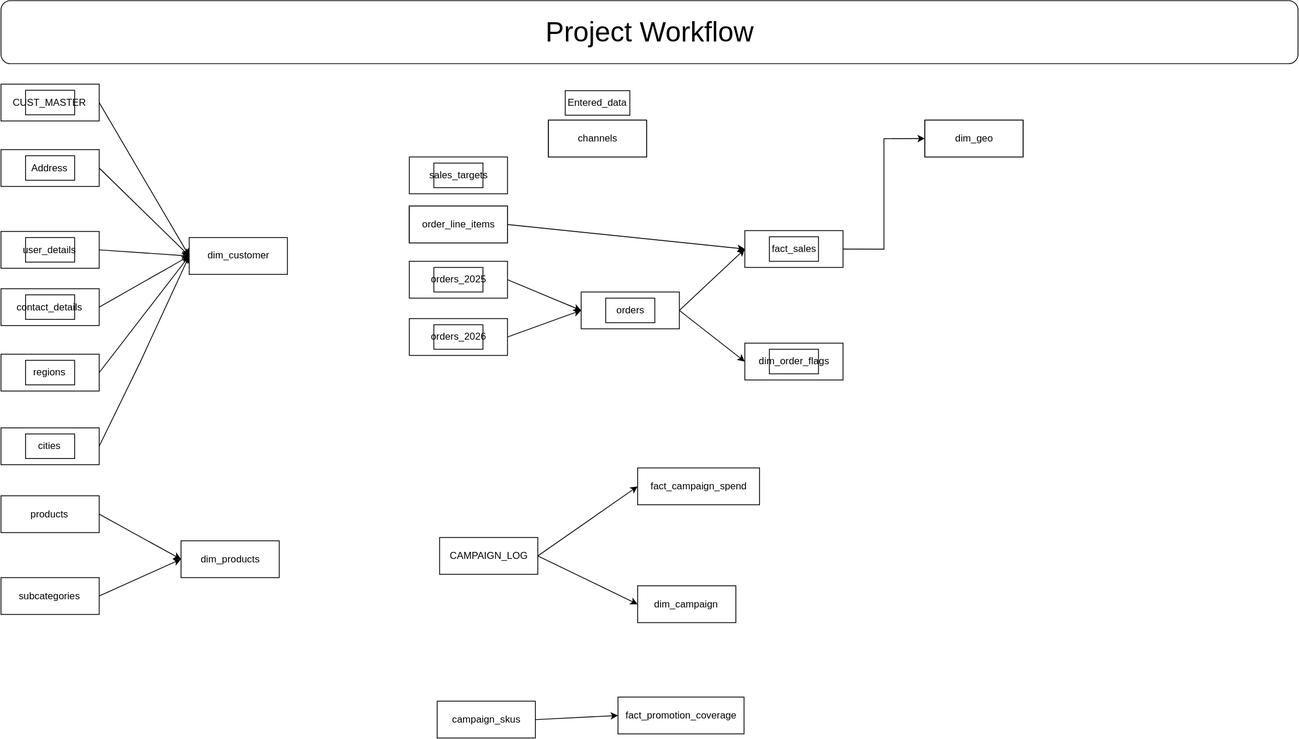
Before: docs/00_project_workflow.drawio.svg, a diagram exported from draw.io (asan-badhurudeen/powerbi-data-modeling-portfolio). Source tidied: cells renumbered, new cells last; positions are measured from the earlier drawing's top-left corner, leaving out a move shared by most shapes.
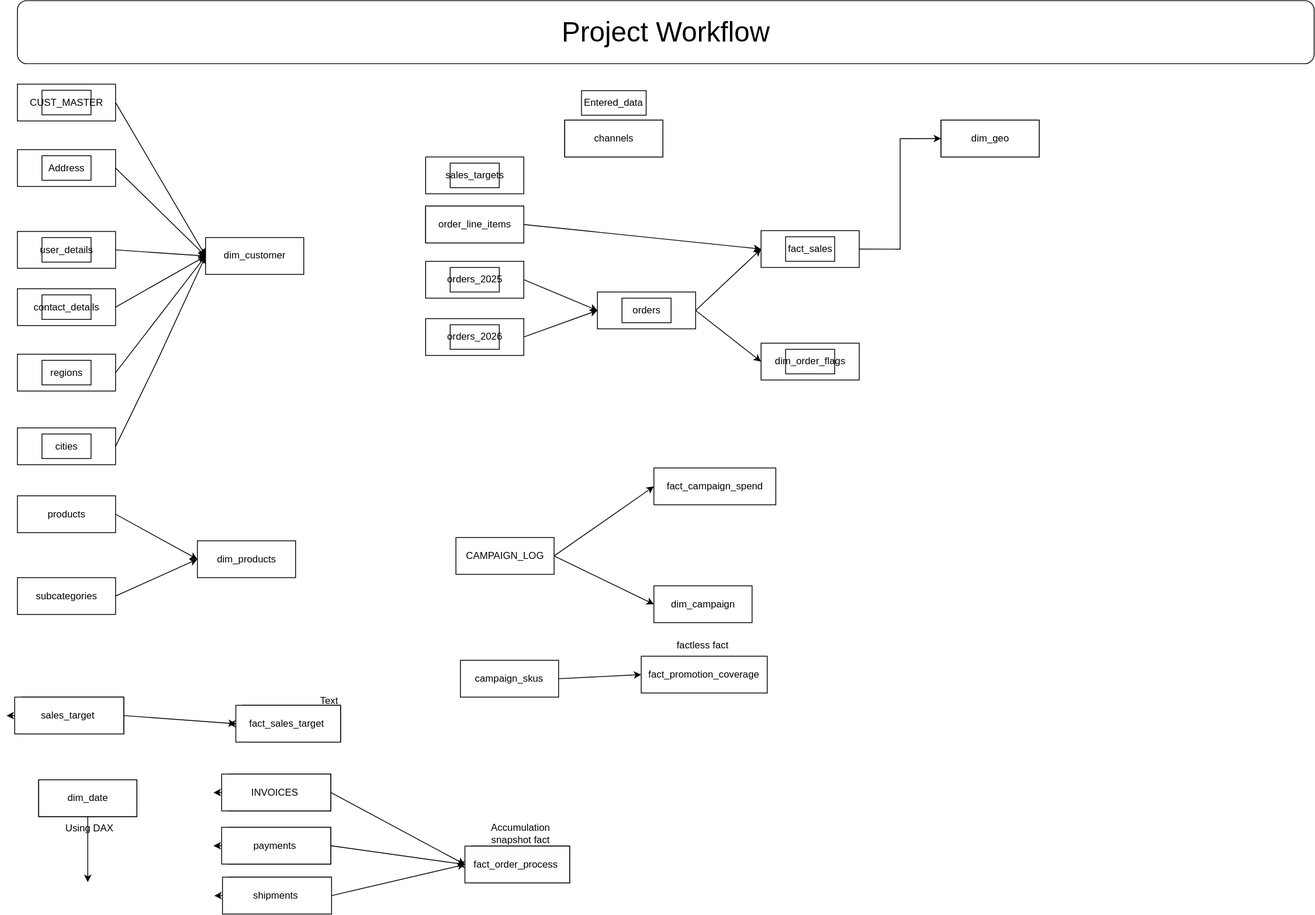
After the change.

Diff of the diagram source:
```diff
@@ -197,13 +197,135 @@
       <mxGeometry relative="1" as="geometry" />
     </mxCell>
     <mxCell id="64" value="campaign_skus" style="rounded=0;whiteSpace=wrap;html=1;" parent="1" vertex="1">
-      <mxGeometry x="533" y="856" width="120" height="45" as="geometry" />
+      <mxGeometry x="541.5" y="806" width="120" height="45" as="geometry" />
     </mxCell>
     <mxCell id="65" value="&lt;div&gt;fact_promotion_coverage&lt;/div&gt;" style="rounded=0;whiteSpace=wrap;html=1;" parent="1" vertex="1">
-      <mxGeometry x="754" y="851" width="154" height="45" as="geometry" />
+      <mxGeometry x="762.5" y="801" width="154" height="45" as="geometry" />
     </mxCell>
     <mxCell id="66" value="&lt;font style=&quot;font-size: 34px;&quot;&gt;Project Workflow&lt;/font&gt;" style="rounded=1;whiteSpace=wrap;html=1;strokeColor=light-dark(#000000,#5F5F5F);fillColor=light-dark(#FFFFFF,#4D4D4D);" parent="1" vertex="1">
       <mxGeometry width="1585" height="77" as="geometry" />
     </mxCell>
+    <mxCell id="67" style="group;strokeColor=light-dark(#000000,#000000);" parent="1" vertex="1">
+      <mxGeometry x="26" y="952" width="120" height="45" as="geometry" />
+    </mxCell>
+    <mxCell id="68" style="rounded=0;whiteSpace=wrap;html=1;" parent="67" vertex="1">
+      <mxGeometry width="120" height="45" as="geometry" />
+    </mxCell>
+    <mxCell id="69" value="&lt;div&gt;dim_date&lt;/div&gt;" style="text;html=1;whiteSpace=wrap;strokeColor=none;fillColor=none;align=center;verticalAlign=middle;rounded=0;" parent="67" vertex="1">
+      <mxGeometry x="30" y="7.5" width="60" height="30" as="geometry" />
+    </mxCell>
+    <mxCell id="70" style="group;strokeColor=light-dark(#000000,#000000);" parent="1" vertex="1">
+      <mxGeometry x="555" y="1033" width="120" height="45" as="geometry" />
+    </mxCell>
+    <mxCell id="71" style="edgeStyle=orthogonalEdgeStyle;rounded=0;jettySize=auto;html=1;exitX=0;exitY=0.5;exitDx=0;exitDy=0;" parent="70" edge="1" source="72">
+      <mxGeometry relative="1" as="geometry">
+        <mxPoint x="-17.5" y="22.7" as="targetPoint" />
+      </mxGeometry>
+    </mxCell>
+    <mxCell id="72" style="rounded=0;whiteSpace=wrap;html=1;" parent="70" vertex="1">
+      <mxGeometry x="-8" width="128" height="45" as="geometry" />
+    </mxCell>
+    <mxCell id="73" value="&lt;div&gt;fact_order_process&lt;/div&gt;" style="text;html=1;whiteSpace=wrap;strokeColor=none;fillColor=none;align=center;verticalAlign=middle;rounded=0;" parent="70" vertex="1">
+      <mxGeometry x="24" y="7.5" width="60" height="30" as="geometry" />
+    </mxCell>
+    <mxCell id="74" style="group;strokeColor=light-dark(#000000,#000000);" parent="1" vertex="1">
+      <mxGeometry x="275" y="861" width="120" height="45" as="geometry" />
+    </mxCell>
+    <mxCell id="75" style="edgeStyle=orthogonalEdgeStyle;rounded=0;jettySize=auto;html=1;exitX=0;exitY=0.5;exitDx=0;exitDy=0;" parent="74" edge="1" source="76">
+      <mxGeometry relative="1" as="geometry">
+        <mxPoint x="-17.5" y="22.7" as="targetPoint" />
+      </mxGeometry>
+    </mxCell>
+    <mxCell id="76" style="rounded=0;whiteSpace=wrap;html=1;" parent="74" vertex="1">
+      <mxGeometry x="-8" width="128" height="45" as="geometry" />
+    </mxCell>
+    <mxCell id="77" value="&lt;div&gt;fact_sales_target&lt;/div&gt;" style="text;html=1;whiteSpace=wrap;strokeColor=none;fillColor=none;align=center;verticalAlign=middle;rounded=0;" parent="74" vertex="1">
+      <mxGeometry x="24" y="7.5" width="60" height="30" as="geometry" />
+    </mxCell>
+    <mxCell id="78" style="group;strokeColor=light-dark(#000000,#000000);" parent="1" vertex="1">
+      <mxGeometry x="5" y="851" width="125" height="45" as="geometry" />
+    </mxCell>
+    <mxCell id="79" style="edgeStyle=orthogonalEdgeStyle;rounded=0;jettySize=auto;html=1;exitX=0;exitY=0.5;exitDx=0;exitDy=0;" parent="78" edge="1" source="80">
+      <mxGeometry relative="1" as="geometry">
+        <mxPoint x="-18.2" y="22.7" as="targetPoint" />
+      </mxGeometry>
+    </mxCell>
+    <mxCell id="80" style="rounded=0;whiteSpace=wrap;html=1;" parent="78" vertex="1">
+      <mxGeometry x="-8.3" width="133.3" height="45" as="geometry" />
+    </mxCell>
+    <mxCell id="81" value="&lt;div&gt;sales_target&lt;/div&gt;" style="text;html=1;whiteSpace=wrap;strokeColor=none;fillColor=none;align=center;verticalAlign=middle;rounded=0;" parent="78" vertex="1">
+      <mxGeometry x="25" y="7.5" width="62.5" height="30" as="geometry" />
+    </mxCell>
+    <mxCell id="82" style="rounded=0;jettySize=auto;html=1;exitX=1;exitY=0.5;exitDx=0;exitDy=0;entryX=0;entryY=0.5;entryDx=0;entryDy=0;strokeColor=light-dark(#000000,#000000);" parent="1" edge="1" source="80" target="76">
+      <mxGeometry relative="1" as="geometry" />
+    </mxCell>
+    <mxCell id="83" value="Text" style="text;html=1;whiteSpace=wrap;strokeColor=none;fillColor=none;align=center;verticalAlign=middle;rounded=0;" parent="1" vertex="1">
+      <mxGeometry x="351" y="841" width="60" height="30" as="geometry" />
+    </mxCell>
+    <mxCell id="84" style="edgeStyle=orthogonalEdgeStyle;rounded=0;jettySize=auto;html=1;" parent="1" edge="1" source="68">
+      <mxGeometry relative="1" as="geometry">
+        <mxPoint x="86" y="1077" as="targetPoint" />
+      </mxGeometry>
+    </mxCell>
+    <mxCell id="85" value="Using DAX" style="text;html=1;whiteSpace=wrap;strokeColor=none;fillColor=none;align=center;verticalAlign=middle;rounded=0;fontColor=light-dark(#000000,#000000);" parent="1" vertex="1">
+      <mxGeometry x="50" y="997" width="76" height="30" as="geometry" />
+    </mxCell>
+    <mxCell id="86" style="group;strokeColor=light-dark(#000000,#000000);" parent="1" vertex="1">
+      <mxGeometry x="258" y="945" width="125" height="45" as="geometry" />
+    </mxCell>
+    <mxCell id="87" style="edgeStyle=orthogonalEdgeStyle;rounded=0;jettySize=auto;html=1;exitX=0;exitY=0.5;exitDx=0;exitDy=0;" parent="86" edge="1" source="88">
+      <mxGeometry relative="1" as="geometry">
+        <mxPoint x="-18.2" y="22.7" as="targetPoint" />
+      </mxGeometry>
+    </mxCell>
+    <mxCell id="88" style="rounded=0;whiteSpace=wrap;html=1;" parent="86" vertex="1">
+      <mxGeometry x="-8.3" width="133.3" height="45" as="geometry" />
+    </mxCell>
+    <mxCell id="89" value="INVOICES" style="text;html=1;whiteSpace=wrap;strokeColor=none;fillColor=none;align=center;verticalAlign=middle;rounded=0;" parent="86" vertex="1">
+      <mxGeometry x="25" y="7.5" width="62.5" height="30" as="geometry" />
+    </mxCell>
+    <mxCell id="90" style="group;strokeColor=light-dark(#000000,#000000);" parent="1" vertex="1">
+      <mxGeometry x="259" y="1071" width="125" height="45" as="geometry" />
+    </mxCell>
+    <mxCell id="91" style="edgeStyle=orthogonalEdgeStyle;rounded=0;jettySize=auto;html=1;exitX=0;exitY=0.5;exitDx=0;exitDy=0;" parent="90" edge="1" source="92">
+      <mxGeometry relative="1" as="geometry">
+        <mxPoint x="-18.2" y="22.7" as="targetPoint" />
+      </mxGeometry>
+    </mxCell>
+    <mxCell id="92" style="rounded=0;whiteSpace=wrap;html=1;" parent="90" vertex="1">
+      <mxGeometry x="-8.3" width="133.3" height="45" as="geometry" />
+    </mxCell>
+    <mxCell id="93" value="shipments" style="text;html=1;whiteSpace=wrap;strokeColor=none;fillColor=none;align=center;verticalAlign=middle;rounded=0;" parent="90" vertex="1">
+      <mxGeometry x="25" y="7.5" width="62.5" height="30" as="geometry" />
+    </mxCell>
+    <mxCell id="94" style="group;strokeColor=light-dark(#000000,#000000);" parent="1" vertex="1">
+      <mxGeometry x="258" y="1010" width="125" height="45" as="geometry" />
+    </mxCell>
+    <mxCell id="95" style="edgeStyle=orthogonalEdgeStyle;rounded=0;jettySize=auto;html=1;exitX=0;exitY=0.5;exitDx=0;exitDy=0;" parent="94" edge="1" source="96">
+      <mxGeometry relative="1" as="geometry">
+        <mxPoint x="-18.2" y="22.7" as="targetPoint" />
+      </mxGeometry>
+    </mxCell>
+    <mxCell id="96" style="rounded=0;whiteSpace=wrap;html=1;" parent="94" vertex="1">
+      <mxGeometry x="-8.3" width="133.3" height="45" as="geometry" />
+    </mxCell>
+    <mxCell id="97" value="payments" style="text;html=1;whiteSpace=wrap;strokeColor=none;fillColor=none;align=center;verticalAlign=middle;rounded=0;" parent="94" vertex="1">
+      <mxGeometry x="25" y="7.5" width="62.5" height="30" as="geometry" />
+    </mxCell>
+    <mxCell id="98" value="&lt;div&gt;Accumulation snapshot fact&lt;/div&gt;" style="text;html=1;whiteSpace=wrap;strokeColor=none;fillColor=none;align=center;verticalAlign=middle;rounded=0;fontColor=light-dark(#000000,#000000);" parent="1" vertex="1">
+      <mxGeometry x="585" y="1003" width="60" height="30" as="geometry" />
+    </mxCell>
+    <mxCell id="99" style="rounded=0;jettySize=auto;html=1;exitX=1;exitY=0.5;exitDx=0;exitDy=0;entryX=0;entryY=0.5;entryDx=0;entryDy=0;strokeColor=light-dark(#000000,#000000);" parent="1" edge="1" source="88" target="72">
+      <mxGeometry relative="1" as="geometry" />
+    </mxCell>
+    <mxCell id="100" style="rounded=0;jettySize=auto;html=1;exitX=1;exitY=0.5;exitDx=0;exitDy=0;entryX=0;entryY=0.5;entryDx=0;entryDy=0;strokeColor=light-dark(#000000,#000000);" parent="1" edge="1" source="96" target="72">
+      <mxGeometry relative="1" as="geometry" />
+    </mxCell>
+    <mxCell id="101" style="rounded=0;jettySize=auto;html=1;exitX=1;exitY=0.5;exitDx=0;exitDy=0;entryX=0;entryY=0.5;entryDx=0;entryDy=0;strokeColor=light-dark(#000000,#000000);" parent="1" edge="1" source="92" target="72">
+      <mxGeometry relative="1" as="geometry" />
+    </mxCell>
+    <mxCell id="102" value="factless fact" style="text;html=1;whiteSpace=wrap;strokeColor=none;fillColor=none;align=center;verticalAlign=middle;rounded=0;fontColor=light-dark(#000000,#000000);" parent="1" vertex="1">
+      <mxGeometry x="801.8" y="773" width="72.5" height="30" as="geometry" />
+    </mxCell>
   </root>
 </mxGraphModel>
```
